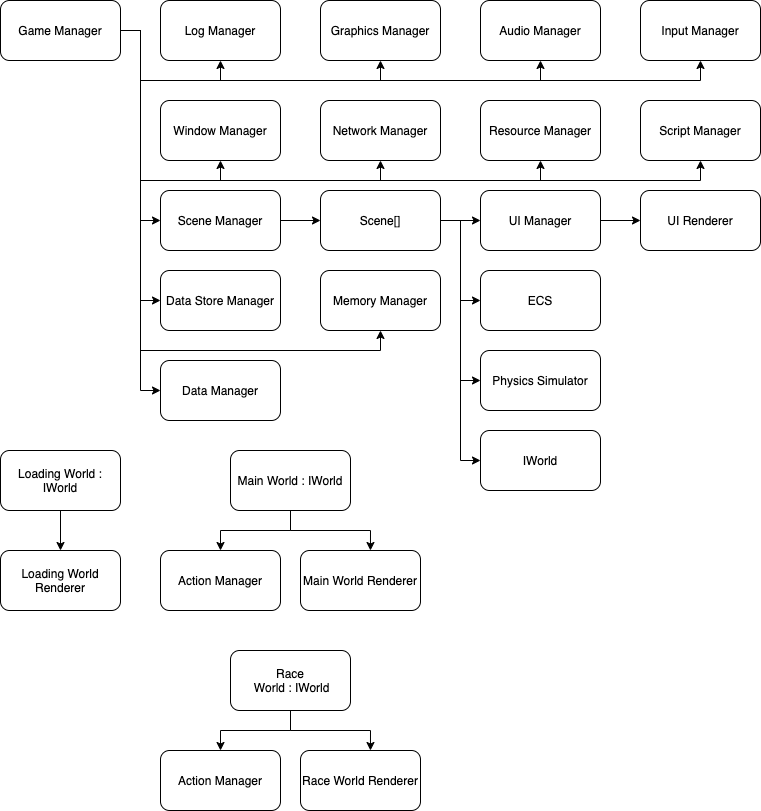
This is documentation/technical_architecture/images/server_class_structure_overview.drawio.png from snowmeltarcade/projectbirdracing, a draw.io export, as it was before one commit. Source tidied: cells renumbered, new cells last; positions are measured from the earlier drawing's top-left corner, leaving out a move shared by most shapes.
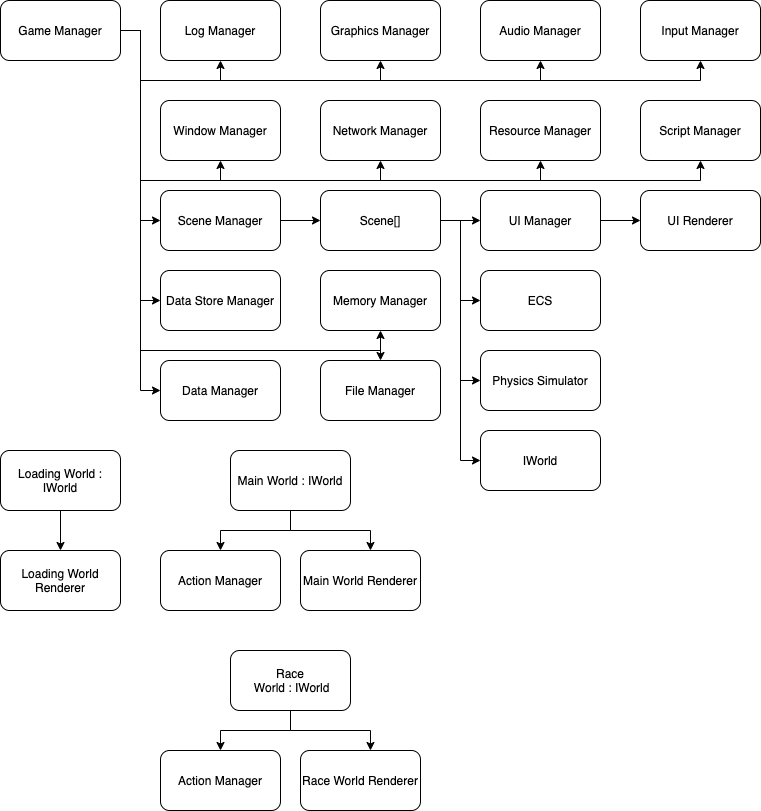
The same diagram one commit later.

Change to the diagram source:
```diff
@@ -77,6 +77,15 @@
         </Array>
       </mxGeometry>
     </mxCell>
+    <mxCell id="52" style="edgeStyle=orthogonalEdgeStyle;html=1;exitX=1;exitY=0.5;exitDx=0;exitDy=0;entryX=0.5;entryY=0;entryDx=0;entryDy=0;rounded=0;" parent="1" edge="1" source="13" target="53">
+      <mxGeometry relative="1" as="geometry">
+        <Array as="points">
+          <mxPoint x="140" y="30" />
+          <mxPoint x="140" y="350" />
+          <mxPoint x="380" y="350" />
+        </Array>
+      </mxGeometry>
+    </mxCell>
     <mxCell id="13" value="Game Manager" style="rounded=1;whiteSpace=wrap;html=1;" parent="1" vertex="1">
       <mxGeometry width="120" height="60" as="geometry" />
     </mxCell>
@@ -199,5 +208,8 @@
         </Array>
       </mxGeometry>
     </mxCell>
+    <mxCell id="53" value="File Manager" style="rounded=1;whiteSpace=wrap;html=1;" parent="1" vertex="1">
+      <mxGeometry x="320" y="360" width="120" height="60" as="geometry" />
+    </mxCell>
   </root>
 </mxGraphModel>
```
